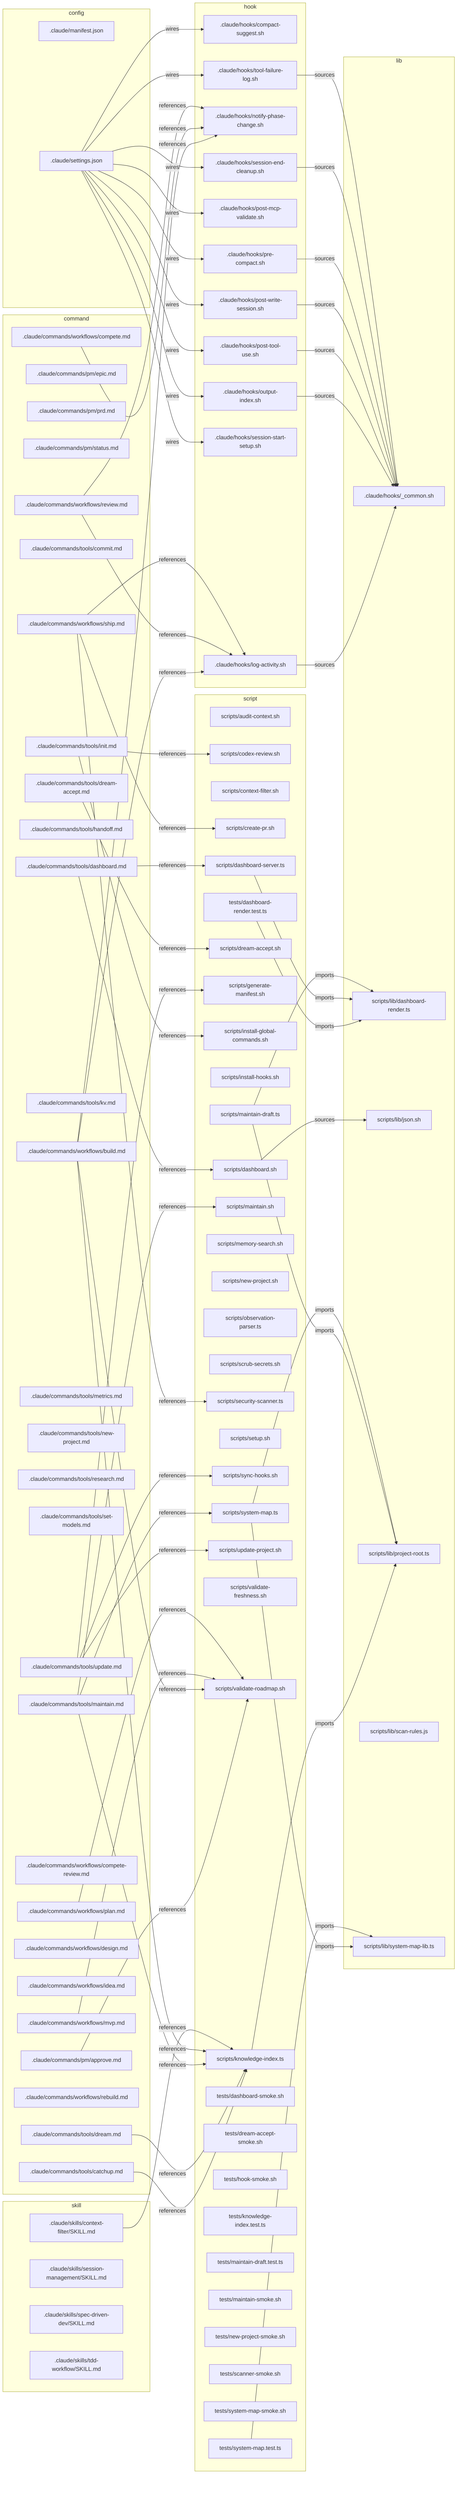
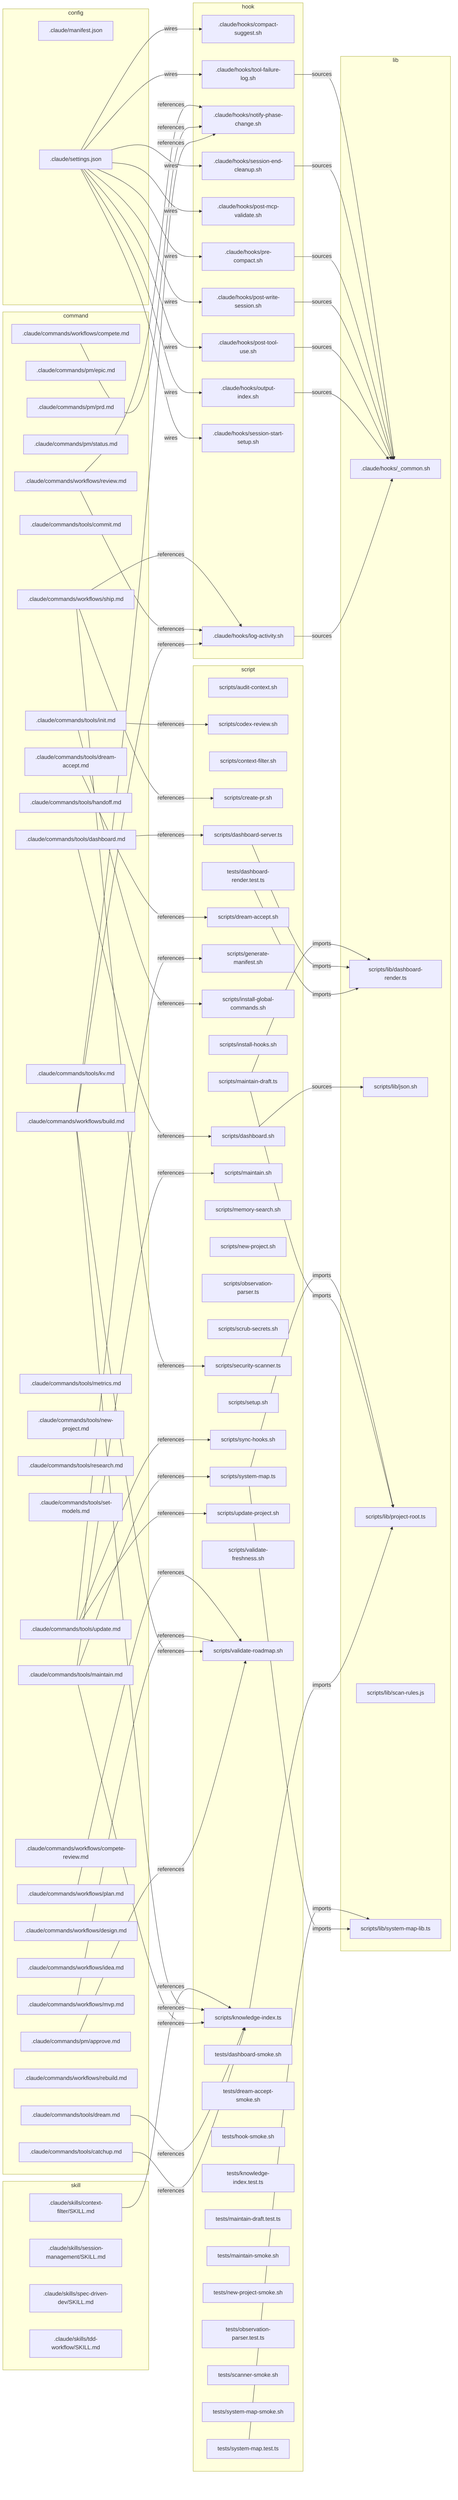
flowchart LR
  subgraph command
    c_pm_approve[".claude/commands/pm/approve.md"]
    c_pm_epic[".claude/commands/pm/epic.md"]
    c_pm_prd[".claude/commands/pm/prd.md"]
    c_pm_status[".claude/commands/pm/status.md"]
    c_tools_catchup[".claude/commands/tools/catchup.md"]
    c_tools_commit[".claude/commands/tools/commit.md"]
    c_tools_dashboard[".claude/commands/tools/dashboard.md"]
    c_tools_dream_accept[".claude/commands/tools/dream-accept.md"]
    c_tools_dream[".claude/commands/tools/dream.md"]
    c_tools_handoff[".claude/commands/tools/handoff.md"]
    c_tools_init[".claude/commands/tools/init.md"]
    c_tools_kv[".claude/commands/tools/kv.md"]
    c_tools_maintain[".claude/commands/tools/maintain.md"]
    c_tools_metrics[".claude/commands/tools/metrics.md"]
    c_tools_new_project[".claude/commands/tools/new-project.md"]
    c_tools_research[".claude/commands/tools/research.md"]
    c_tools_set_models[".claude/commands/tools/set-models.md"]
    c_tools_update[".claude/commands/tools/update.md"]
    c_workflows_build[".claude/commands/workflows/build.md"]
    c_workflows_compete_review[".claude/commands/workflows/compete-review.md"]
    c_workflows_compete[".claude/commands/workflows/compete.md"]
    c_workflows_design[".claude/commands/workflows/design.md"]
    c_workflows_idea[".claude/commands/workflows/idea.md"]
    c_workflows_mvp[".claude/commands/workflows/mvp.md"]
    c_workflows_plan[".claude/commands/workflows/plan.md"]
    c_workflows_rebuild[".claude/commands/workflows/rebuild.md"]
    c_workflows_review[".claude/commands/workflows/review.md"]
    c_workflows_ship[".claude/commands/workflows/ship.md"]
  end
  subgraph config
    cfg_manifest[".claude/manifest.json"]
    cfg_settings[".claude/settings.json"]
  end
  subgraph hook
    h_compact_suggest[".claude/hooks/compact-suggest.sh"]
    h_log_activity[".claude/hooks/log-activity.sh"]
    h_notify_phase_change[".claude/hooks/notify-phase-change.sh"]
    h_output_index[".claude/hooks/output-index.sh"]
    h_post_mcp_validate[".claude/hooks/post-mcp-validate.sh"]
    h_post_tool_use[".claude/hooks/post-tool-use.sh"]
    h_post_write_session[".claude/hooks/post-write-session.sh"]
    h_pre_compact[".claude/hooks/pre-compact.sh"]
    h_session_end_cleanup[".claude/hooks/session-end-cleanup.sh"]
    h_session_start_setup[".claude/hooks/session-start-setup.sh"]
    h_tool_failure_log[".claude/hooks/tool-failure-log.sh"]
  end
  subgraph lib
    l_common[".claude/hooks/_common.sh"]
    l_dashboard_render["scripts/lib/dashboard-render.ts"]
    l_json["scripts/lib/json.sh"]
    l_project_root["scripts/lib/project-root.ts"]
    l_scan_rules["scripts/lib/scan-rules.js"]
    l_system_map_lib["scripts/lib/system-map-lib.ts"]
  end
  subgraph script
    s_audit_context["scripts/audit-context.sh"]
    s_codex_review["scripts/codex-review.sh"]
    s_context_filter["scripts/context-filter.sh"]
    s_create_pr["scripts/create-pr.sh"]
    s_dashboard_server["scripts/dashboard-server.ts"]
    s_dashboard["scripts/dashboard.sh"]
    s_dream_accept["scripts/dream-accept.sh"]
    s_generate_manifest["scripts/generate-manifest.sh"]
    s_install_global_commands["scripts/install-global-commands.sh"]
    s_install_hooks["scripts/install-hooks.sh"]
    s_knowledge_index["scripts/knowledge-index.ts"]
    s_maintain_draft["scripts/maintain-draft.ts"]
    s_maintain["scripts/maintain.sh"]
    s_memory_search["scripts/memory-search.sh"]
    s_new_project["scripts/new-project.sh"]
    s_observation_parser["scripts/observation-parser.ts"]
    s_scrub_secrets["scripts/scrub-secrets.sh"]
    s_security_scanner["scripts/security-scanner.ts"]
    s_setup["scripts/setup.sh"]
    s_sync_hooks["scripts/sync-hooks.sh"]
    s_system_map["scripts/system-map.ts"]
    s_update_project["scripts/update-project.sh"]
    s_validate_freshness["scripts/validate-freshness.sh"]
    s_validate_roadmap["scripts/validate-roadmap.sh"]
    s_dashboard_render_test["tests/dashboard-render.test.ts"]
    s_dashboard_smoke["tests/dashboard-smoke.sh"]
    s_dream_accept_smoke["tests/dream-accept-smoke.sh"]
    s_hook_smoke["tests/hook-smoke.sh"]
    s_knowledge_index_test["tests/knowledge-index.test.ts"]
    s_maintain_draft_test["tests/maintain-draft.test.ts"]
    s_maintain_smoke["tests/maintain-smoke.sh"]
    s_new_project_smoke["tests/new-project-smoke.sh"]
+     s_observation_parser_test["tests/observation-parser.test.ts"]
    s_scanner_smoke["tests/scanner-smoke.sh"]
    s_system_map_smoke["tests/system-map-smoke.sh"]
    s_system_map_test["tests/system-map.test.ts"]
  end
  subgraph skill
    sk_context_filter_skill[".claude/skills/context-filter/SKILL.md"]
    sk_session_management_skill[".claude/skills/session-management/SKILL.md"]
    sk_spec_driven_dev_skill[".claude/skills/spec-driven-dev/SKILL.md"]
    sk_tdd_workflow_skill[".claude/skills/tdd-workflow/SKILL.md"]
  end
  c_pm_approve -->|references| s_validate_roadmap
  c_tools_catchup -->|references| s_knowledge_index
  c_tools_dashboard -->|references| s_dashboard
  c_tools_dashboard -->|references| s_dashboard_server
  c_tools_dream -->|references| s_knowledge_index
  c_tools_dream_accept -->|references| s_dream_accept
  c_tools_init -->|references| s_codex_review
  c_tools_init -->|references| s_install_global_commands
  c_tools_maintain -->|references| s_knowledge_index
  c_tools_maintain -->|references| s_maintain
  c_tools_maintain -->|references| s_system_map
  c_tools_update -->|references| s_generate_manifest
  c_tools_update -->|references| s_sync_hooks
  c_tools_update -->|references| s_update_project
  c_workflows_build -->|references| h_log_activity
  c_workflows_build -->|references| h_notify_phase_change
  c_workflows_build -->|references| s_knowledge_index
  c_workflows_build -->|references| s_validate_roadmap
  c_workflows_compete -->|references| h_notify_phase_change
  c_workflows_mvp -->|references| s_validate_roadmap
  c_workflows_plan -->|references| s_validate_roadmap
  c_workflows_review -->|references| h_log_activity
  c_workflows_review -->|references| h_notify_phase_change
  c_workflows_ship -->|references| h_log_activity
  c_workflows_ship -->|references| s_create_pr
  c_workflows_ship -->|references| s_security_scanner
  cfg_settings -->|wires| h_compact_suggest
  cfg_settings -->|wires| h_output_index
  cfg_settings -->|wires| h_post_mcp_validate
  cfg_settings -->|wires| h_post_tool_use
  cfg_settings -->|wires| h_post_write_session
  cfg_settings -->|wires| h_pre_compact
  cfg_settings -->|wires| h_session_end_cleanup
  cfg_settings -->|wires| h_session_start_setup
  cfg_settings -->|wires| h_tool_failure_log
  h_log_activity -->|sources| l_common
  h_output_index -->|sources| l_common
  h_post_tool_use -->|sources| l_common
  h_post_write_session -->|sources| l_common
  h_pre_compact -->|sources| l_common
  h_session_end_cleanup -->|sources| l_common
  h_tool_failure_log -->|sources| l_common
  s_dashboard -->|sources| l_json
  s_dashboard_render_test -->|imports| l_dashboard_render
  s_dashboard_server -->|imports| l_dashboard_render
  s_knowledge_index -->|imports| l_project_root
  s_maintain_draft -->|imports| l_dashboard_render
  s_maintain_draft -->|imports| l_project_root
  s_system_map -->|imports| l_project_root
  s_system_map -->|imports| l_system_map_lib
  s_system_map_test -->|imports| l_system_map_lib
  sk_context_filter_skill -->|references| s_knowledge_index
